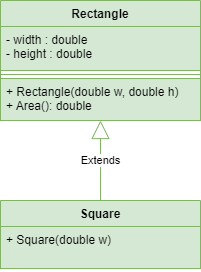
Before: labs/03-inheritance/code/Square/uml_rectangle_square.png, a diagram exported from draw.io (nd-hung/oop). Source tidied: cells renumbered, new cells last; positions are measured from the earlier drawing's top-left corner, leaving out a move shared by most shapes. The source it was exported from:
```xml
<mxGraphModel>
  <root>
    <mxCell id="0" />
    <mxCell id="1" parent="0" />
    <mxCell id="2" value="Rectangle" style="swimlane;fontStyle=1;align=center;verticalAlign=top;horizontal=1;startSize=26;fillColor=#d5e8d4;strokeColor=#82b366;" parent="1" vertex="1">
      <mxGeometry width="200" height="120" as="geometry" />
    </mxCell>
    <mxCell id="3" value="- width : double&#10;- height : double&#10;&#10;" style="text;strokeColor=#82b366;fillColor=#d5e8d4;align=left;verticalAlign=top;spacingLeft=4;spacingRight=4;overflow=hidden;" parent="2" vertex="1">
      <mxGeometry y="26" width="200" height="44" as="geometry" />
    </mxCell>
    <mxCell id="4" style="line;strokeWidth=1;fillColor=#d5e8d4;align=left;verticalAlign=middle;spacingTop=-1;spacingLeft=3;spacingRight=3;labelPosition=right;strokeColor=#82b366;" parent="2" vertex="1">
      <mxGeometry y="70" width="200" height="8" as="geometry" />
    </mxCell>
    <mxCell id="5" value="+ Rectangle(double w, double h)&#10;+ Area(): double" style="text;strokeColor=#82b366;fillColor=#d5e8d4;align=left;verticalAlign=top;spacingLeft=4;spacingRight=4;overflow=hidden;points=[[0,0.5],[1,0.5]];portConstraint=eastwest;" parent="2" vertex="1">
      <mxGeometry y="78" width="200" height="42" as="geometry" />
    </mxCell>
    <mxCell id="6" value="Square" style="swimlane;fontStyle=1;align=center;verticalAlign=top;horizontal=1;startSize=26;fillColor=#d5e8d4;strokeColor=#82b366;" parent="1" vertex="1">
      <mxGeometry y="200" width="200" height="68" as="geometry" />
    </mxCell>
    <mxCell id="7" value="+ Square(double w)" style="text;strokeColor=#82b366;fillColor=#d5e8d4;align=left;verticalAlign=top;spacingLeft=4;spacingRight=4;overflow=hidden;" parent="6" vertex="1">
      <mxGeometry y="26" width="200" height="42" as="geometry" />
    </mxCell>
    <mxCell id="8" value="Extends" style="endArrow=block;endSize=16;endFill=0;html=1;rounded=0;exitX=0.5;exitY=0;exitDx=0;exitDy=0;fillColor=#d5e8d4;strokeColor=#82b366;" parent="1" edge="1" source="6">
      <mxGeometry relative="1" as="geometry">
        <mxPoint x="100" y="120" as="targetPoint" />
      </mxGeometry>
    </mxCell>
  </root>
</mxGraphModel>
```
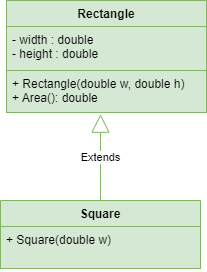
The same diagram one commit later.

What changed in the source:
```diff
@@ -3,27 +3,22 @@
     <mxCell id="0" />
     <mxCell id="1" parent="0" />
     <mxCell id="2" value="Rectangle" style="swimlane;fontStyle=1;align=center;verticalAlign=top;horizontal=1;startSize=26;fillColor=#d5e8d4;strokeColor=#82b366;" parent="1" vertex="1">
-      <mxGeometry width="200" height="120" as="geometry" />
+      <mxGeometry width="200" height="112" as="geometry" />
     </mxCell>
     <mxCell id="3" value="- width : double&#10;- height : double&#10;&#10;" style="text;strokeColor=#82b366;fillColor=#d5e8d4;align=left;verticalAlign=top;spacingLeft=4;spacingRight=4;overflow=hidden;" parent="2" vertex="1">
       <mxGeometry y="26" width="200" height="44" as="geometry" />
     </mxCell>
-    <mxCell id="4" style="line;strokeWidth=1;fillColor=#d5e8d4;align=left;verticalAlign=middle;spacingTop=-1;spacingLeft=3;spacingRight=3;labelPosition=right;strokeColor=#82b366;" parent="2" vertex="1">
-      <mxGeometry y="70" width="200" height="8" as="geometry" />
-    </mxCell>
     <mxCell id="5" value="+ Rectangle(double w, double h)&#10;+ Area(): double" style="text;strokeColor=#82b366;fillColor=#d5e8d4;align=left;verticalAlign=top;spacingLeft=4;spacingRight=4;overflow=hidden;points=[[0,0.5],[1,0.5]];portConstraint=eastwest;" parent="2" vertex="1">
-      <mxGeometry y="78" width="200" height="42" as="geometry" />
+      <mxGeometry y="70" width="200" height="42" as="geometry" />
     </mxCell>
     <mxCell id="6" value="Square" style="swimlane;fontStyle=1;align=center;verticalAlign=top;horizontal=1;startSize=26;fillColor=#d5e8d4;strokeColor=#82b366;" parent="1" vertex="1">
-      <mxGeometry y="200" width="200" height="68" as="geometry" />
+      <mxGeometry x="-6" y="200" width="200" height="68" as="geometry" />
     </mxCell>
     <mxCell id="7" value="+ Square(double w)" style="text;strokeColor=#82b366;fillColor=#d5e8d4;align=left;verticalAlign=top;spacingLeft=4;spacingRight=4;overflow=hidden;" parent="6" vertex="1">
       <mxGeometry y="26" width="200" height="42" as="geometry" />
     </mxCell>
-    <mxCell id="8" value="Extends" style="endArrow=block;endSize=16;endFill=0;html=1;rounded=0;exitX=0.5;exitY=0;exitDx=0;exitDy=0;fillColor=#d5e8d4;strokeColor=#82b366;" parent="1" edge="1" source="6">
-      <mxGeometry relative="1" as="geometry">
-        <mxPoint x="100" y="120" as="targetPoint" />
-      </mxGeometry>
+    <mxCell id="8" value="Extends" style="endArrow=block;endSize=16;endFill=0;html=1;rounded=0;exitX=0.5;exitY=0;exitDx=0;exitDy=0;fillColor=#d5e8d4;strokeColor=#82b366;entryX=0.47;entryY=1.04;entryDx=0;entryDy=0;entryPerimeter=0;" parent="1" edge="1" source="6" target="5">
+      <mxGeometry relative="1" as="geometry" />
     </mxCell>
   </root>
 </mxGraphModel>
```
